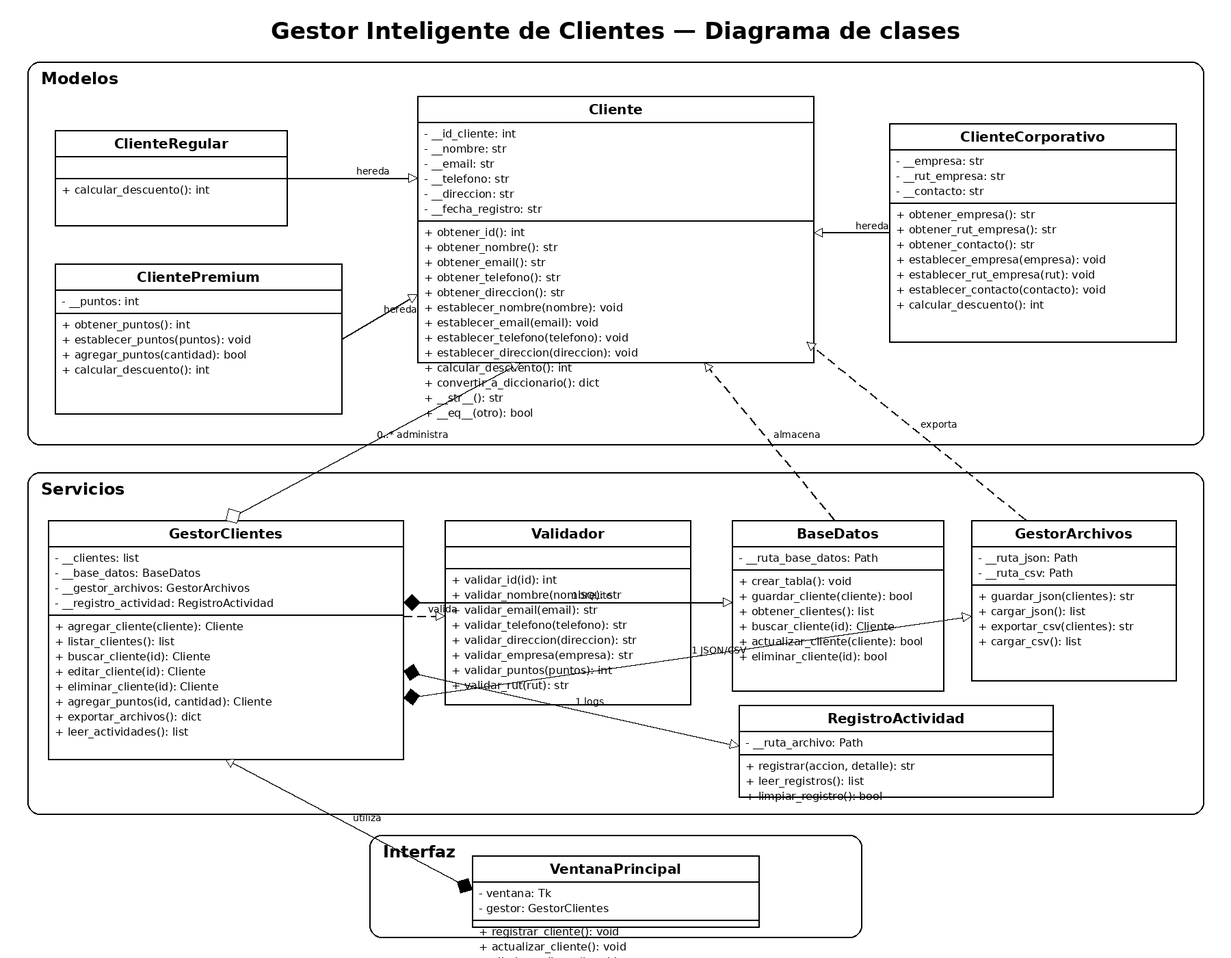
Earlier version of the PlantUML export documentación/diagrama_clases.png (eugeniaperinetti-spec/gestor-inteligente-clientes). Its source is kept beside it as documentación/diagrama_clases.puml. The source it was exported from:
```plantuml
@startuml diagrama_clases

!pragma layout smetana

title Gestor Inteligente de Clientes\nDiagrama de clases

skinparam backgroundColor white
skinparam shadowing false
skinparam classAttributeIconSize 0
skinparam packageStyle rectangle
skinparam defaultFontColor black
skinparam ArrowColor black
skinparam ClassBackgroundColor white
skinparam ClassBorderColor black

package "Modelos" {

    class Cliente {
        - __id_cliente: int
        - __nombre: str
        - __email: str
        - __telefono: str
        - __direccion: str
        - __fecha_registro: str

        + obtener_id(): int
        + obtener_nombre(): str
        + obtener_email(): str
        + obtener_telefono(): str
        + obtener_direccion(): str

        + establecer_nombre(nombre): void
        + establecer_email(email): void
        + establecer_telefono(telefono): void
        + establecer_direccion(direccion): void

        + calcular_descuento(): int
        + convertir_a_diccionario(): dict
        + __str__(): str
        + __eq__(otro): bool
    }

    class ClienteRegular {
        + calcular_descuento(): int
    }

    class ClientePremium {
        - __puntos: int

        + obtener_puntos(): int
        + establecer_puntos(puntos): void
        + agregar_puntos(cantidad): bool
        + calcular_descuento(): int
    }

    class ClienteCorporativo {
        - __empresa: str
        - __rut_empresa: str
        - __contacto: str

        + obtener_empresa(): str
        + obtener_rut_empresa(): str
        + obtener_contacto(): str

        + establecer_empresa(empresa): void
        + establecer_rut_empresa(rut): void
        + establecer_contacto(contacto): void

        + calcular_descuento(): int
    }
}

package "Servicios" {

    class GestorClientes {
        - __clientes: list
        - __base_datos: BaseDatos
        - __gestor_archivos: GestorArchivos
        - __registro_actividad: RegistroActividad

        + agregar_cliente(cliente): Cliente
        + listar_clientes(): list
        + buscar_cliente(id): Cliente
        + editar_cliente(id): Cliente
        + eliminar_cliente(id): Cliente
        + agregar_puntos(id, cantidad): Cliente
        + exportar_archivos(): dict
        + leer_actividades(): list
    }

    class Validador {
        {static} + validar_id(id): int
        {static} + validar_nombre(nombre): str
        {static} + validar_email(email): str
        {static} + validar_telefono(telefono): str
        {static} + validar_direccion(direccion): str
        {static} + validar_empresa(empresa): str
        {static} + validar_puntos(puntos): int
        {static} + validar_rut(rut): str
    }

    class BaseDatos {
        - __ruta_base_datos: Path

        + crear_tabla(): void
        + guardar_cliente(cliente): bool
        + obtener_clientes(): list
        + buscar_cliente(id): Cliente
        + actualizar_cliente(cliente): bool
        + eliminar_cliente(id): bool
    }

    class GestorArchivos {
        - __ruta_json: Path
        - __ruta_csv: Path

        + guardar_json(clientes): str
        + cargar_json(): list
        + exportar_csv(clientes): str
        + cargar_csv(): list
    }

    class RegistroActividad {
        - __ruta_archivo: Path

        + registrar(accion, detalle): str
        + leer_registros(): list
        + limpiar_registro(): bool
    }
}

package "Interfaz" {

    class VentanaPrincipal {
        - ventana: Tk
        - gestor: GestorClientes
        - id_cliente_seleccionado: int

        + registrar_cliente(): void
        + actualizar_cliente(): void
        + eliminar_cliente(): void
        + buscar_cliente(): void
        + actualizar_tabla(): void
        + exportar_archivos(): void
        + mostrar_actividades(): void
    }
}

Cliente <|-- ClienteRegular
Cliente <|-- ClientePremium
Cliente <|-- ClienteCorporativo

GestorClientes o-- "0..*" Cliente : administra

GestorClientes *-- "1" BaseDatos : SQLite
GestorClientes *-- "1" GestorArchivos : JSON y CSV
GestorClientes *-- "1" RegistroActividad : logs

VentanaPrincipal *-- "1" GestorClientes : utiliza

Cliente ..> Validador : valida
ClientePremium ..> Validador : valida puntos
ClienteCorporativo ..> Validador : valida RUT

BaseDatos ..> Cliente : almacena
GestorArchivos ..> Cliente : exporta

note right of Cliente
Clase padre con los datos
comunes de todos los clientes.
end note

note right of ClientePremium
Cliente especializado con
puntos y descuento del 10 %.
end note

note right of ClienteCorporativo
Cliente especializado con
empresa, RUT y contacto.
end note

@enduml
```
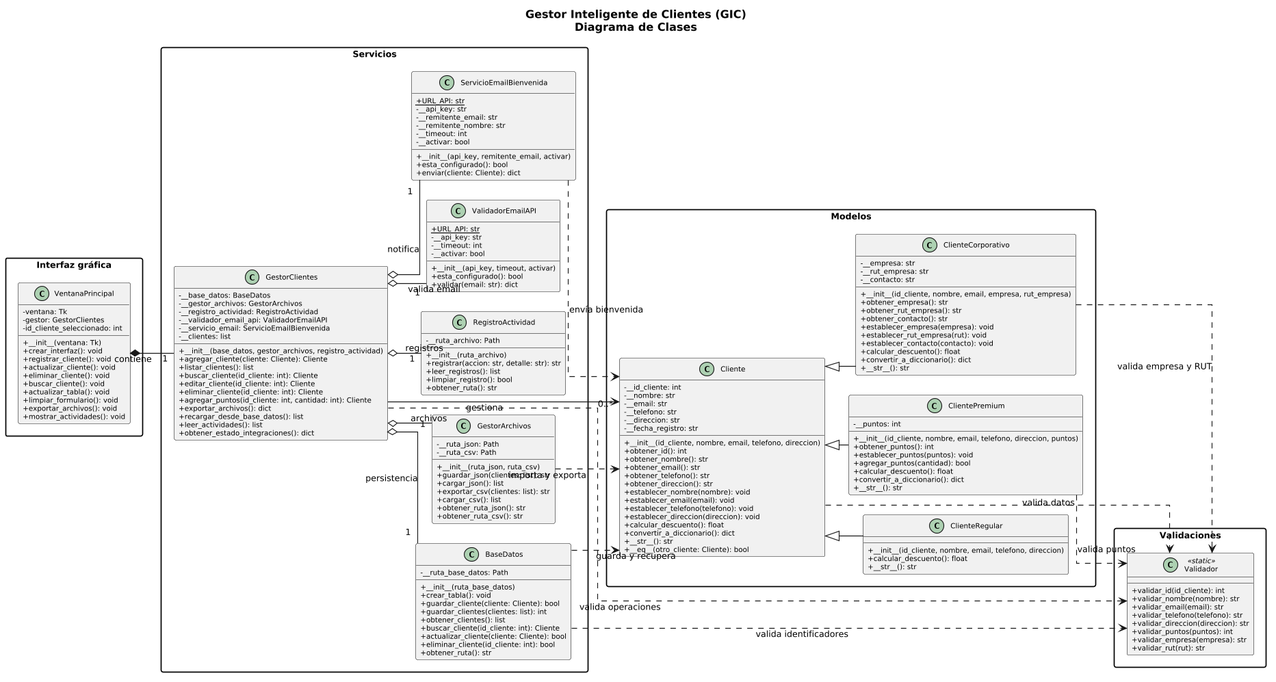
After the change.

Commit message:
Actualiza diagrama UML del proyecto

Diff of the diagram source:
```diff
@@ -1,17 +1,126 @@
-@startuml diagrama_clases
+@startuml
 
-!pragma layout smetana
+title Gestor Inteligente de Clientes (GIC)\nDiagrama de Clases
 
-title Gestor Inteligente de Clientes\nDiagrama de clases
+left to right direction
+scale max 1800*1800
 
-skinparam backgroundColor white
+skinparam dpi 110
+skinparam defaultFontSize 11
+skinparam classFontSize 11
+skinparam classAttributeFontSize 9
+skinparam classStereotypeFontSize 9
+skinparam classAttributeIconSize 0
 skinparam shadowing false
-skinparam classAttributeIconSize 0
 skinparam packageStyle rectangle
-skinparam defaultFontColor black
-skinparam ArrowColor black
-skinparam ClassBackgroundColor white
-skinparam ClassBorderColor black
+skinparam linetype ortho
+skinparam nodesep 25
+skinparam ranksep 30
+
+package "Interfaz gráfica" {
+
+    class VentanaPrincipal {
+        - ventana: Tk
+        - gestor: GestorClientes
+        - id_cliente_seleccionado: int
+
+        + __init__(ventana: Tk)
+        + crear_interfaz(): void
+        + registrar_cliente(): void
+        + actualizar_cliente(): void
+        + eliminar_cliente(): void
+        + buscar_cliente(): void
+        + actualizar_tabla(): void
+        + limpiar_formulario(): void
+        + exportar_archivos(): void
+        + mostrar_actividades(): void
+    }
+}
+
+package "Servicios" {
+
+    class GestorClientes {
+        - __base_datos: BaseDatos
+        - __gestor_archivos: GestorArchivos
+        - __registro_actividad: RegistroActividad
+        - __validador_email_api: ValidadorEmailAPI
+        - __servicio_email: ServicioEmailBienvenida
+        - __clientes: list
+
+        + __init__(base_datos, gestor_archivos, registro_actividad)
+        + agregar_cliente(cliente: Cliente): Cliente
+        + listar_clientes(): list
+        + buscar_cliente(id_cliente: int): Cliente
+        + editar_cliente(id_cliente: int): Cliente
+        + eliminar_cliente(id_cliente: int): Cliente
+        + agregar_puntos(id_cliente: int, cantidad: int): Cliente
+        + exportar_archivos(): dict
+        + recargar_desde_base_datos(): list
+        + leer_actividades(): list
+        + obtener_estado_integraciones(): dict
+    }
+
+    class BaseDatos {
+        - __ruta_base_datos: Path
+
+        + __init__(ruta_base_datos)
+        + crear_tabla(): void
+        + guardar_cliente(cliente: Cliente): bool
+        + guardar_clientes(clientes: list): int
+        + obtener_clientes(): list
+        + buscar_cliente(id_cliente: int): Cliente
+        + actualizar_cliente(cliente: Cliente): bool
+        + eliminar_cliente(id_cliente: int): bool
+        + obtener_ruta(): str
+    }
+
+    class GestorArchivos {
+        - __ruta_json: Path
+        - __ruta_csv: Path
+
+        + __init__(ruta_json, ruta_csv)
+        + guardar_json(clientes: list): str
+        + cargar_json(): list
+        + exportar_csv(clientes: list): str
+        + cargar_csv(): list
+        + obtener_ruta_json(): str
+        + obtener_ruta_csv(): str
+    }
+
+    class RegistroActividad {
+        - __ruta_archivo: Path
+
+        + __init__(ruta_archivo)
+        + registrar(accion: str, detalle: str): str
+        + leer_registros(): list
+        + limpiar_registro(): bool
+        + obtener_ruta(): str
+    }
+
+    class ValidadorEmailAPI {
+        {static} + URL_API: str
+        - __api_key: str
+        - __timeout: int
+        - __activar: bool
+
+        + __init__(api_key, timeout, activar)
+        + esta_configurado(): bool
+        + validar(email: str): dict
+    }
+
+    class ServicioEmailBienvenida {
+        {static} + URL_API: str
+        - __api_key: str
+        - __remitente_email: str
+        - __remitente_nombre: str
+        - __timeout: int
+        - __activar: bool
+
+        + __init__(api_key, remitente_email, activar)
+        + esta_configurado(): bool
+        + enviar(cliente: Cliente): dict
+    }
+}
 
 package "Modelos" {
 
@@ -23,34 +132,38 @@
         - __direccion: str
         - __fecha_registro: str
 
+        + __init__(id_cliente, nombre, email, telefono, direccion)
         + obtener_id(): int
         + obtener_nombre(): str
         + obtener_email(): str
         + obtener_telefono(): str
         + obtener_direccion(): str
-
         + establecer_nombre(nombre): void
         + establecer_email(email): void
         + establecer_telefono(telefono): void
         + establecer_direccion(direccion): void
-
-        + calcular_descuento(): int
+        + calcular_descuento(): float
         + convertir_a_diccionario(): dict
         + __str__(): str
-        + __eq__(otro): bool
+        + __eq__(otro_cliente: Cliente): bool
     }
 
     class ClienteRegular {
-        + calcular_descuento(): int
+        + __init__(id_cliente, nombre, email, telefono, direccion)
+        + calcular_descuento(): float
+        + __str__(): str
     }
 
     class ClientePremium {
         - __puntos: int
 
+        + __init__(id_cliente, nombre, email, telefono, direccion, puntos)
         + obtener_puntos(): int
         + establecer_puntos(puntos): void
         + agregar_puntos(cantidad): bool
-        + calcular_descuento(): int
+        + calcular_descuento(): float
+        + convertir_a_diccionario(): dict
+        + __str__(): str
     }
 
     class ClienteCorporativo {
@@ -58,91 +171,30 @@
         - __rut_empresa: str
         - __contacto: str
 
+        + __init__(id_cliente, nombre, email, empresa, rut_empresa)
         + obtener_empresa(): str
         + obtener_rut_empresa(): str
         + obtener_contacto(): str
-
         + establecer_empresa(empresa): void
         + establecer_rut_empresa(rut): void
         + establecer_contacto(contacto): void
-
-        + calcular_descuento(): int
+        + calcular_descuento(): float
+        + convertir_a_diccionario(): dict
+        + __str__(): str
     }
 }
 
-package "Servicios" {
+package "Validaciones" {
 
-    class GestorClientes {
-        - __clientes: list
-        - __base_datos: BaseDatos
-        - __gestor_archivos: GestorArchivos
-        - __registro_actividad: RegistroActividad
-
-        + agregar_cliente(cliente): Cliente
-        + listar_clientes(): list
-        + buscar_cliente(id): Cliente
-        + editar_cliente(id): Cliente
-        + eliminar_cliente(id): Cliente
-        + agregar_puntos(id, cantidad): Cliente
-        + exportar_archivos(): dict
-        + leer_actividades(): list
-    }
-
-    class Validador {
-        {static} + validar_id(id): int
-        {static} + validar_nombre(nombre): str
-        {static} + validar_email(email): str
-        {static} + validar_telefono(telefono): str
-        {static} + validar_direccion(direccion): str
-        {static} + validar_empresa(empresa): str
-        {static} + validar_puntos(puntos): int
-        {static} + validar_rut(rut): str
-    }
-
-    class BaseDatos {
-        - __ruta_base_datos: Path
-
-        + crear_tabla(): void
-        + guardar_cliente(cliente): bool
-        + obtener_clientes(): list
-        + buscar_cliente(id): Cliente
-        + actualizar_cliente(cliente): bool
-        + eliminar_cliente(id): bool
-    }
-
-    class GestorArchivos {
-        - __ruta_json: Path
-        - __ruta_csv: Path
-
-        + guardar_json(clientes): str
-        + cargar_json(): list
-        + exportar_csv(clientes): str
-        + cargar_csv(): list
-    }
-
-    class RegistroActividad {
-        - __ruta_archivo: Path
-
-        + registrar(accion, detalle): str
-        + leer_registros(): list
-        + limpiar_registro(): bool
-    }
-}
-
-package "Interfaz" {
-
-    class VentanaPrincipal {
-        - ventana: Tk
-        - gestor: GestorClientes
-        - id_cliente_seleccionado: int
-
-        + registrar_cliente(): void
-        + actualizar_cliente(): void
-        + eliminar_cliente(): void
-        + buscar_cliente(): void
-        + actualizar_tabla(): void
-        + exportar_archivos(): void
-        + mostrar_actividades(): void
+    class Validador <<static>> {
+        + validar_id(id_cliente): int
+        + validar_nombre(nombre): str
+        + validar_email(email): str
+        + validar_telefono(telefono): str
+        + validar_direccion(direccion): str
+        + validar_puntos(puntos): int
+        + validar_empresa(empresa): str
+        + validar_rut(rut): str
     }
 }
 
@@ -150,34 +202,24 @@
 Cliente <|-- ClientePremium
 Cliente <|-- ClienteCorporativo
 
-GestorClientes o-- "0..*" Cliente : administra
+VentanaPrincipal *-- "1" GestorClientes : contiene
 
-GestorClientes *-- "1" BaseDatos : SQLite
-GestorClientes *-- "1" GestorArchivos : JSON y CSV
-GestorClientes *-- "1" RegistroActividad : logs
+GestorClientes o-- "1" BaseDatos : persistencia
+GestorClientes o-- "1" GestorArchivos : archivos
+GestorClientes o-- "1" RegistroActividad : registros
+GestorClientes o-- "1" ValidadorEmailAPI : valida email
+GestorClientes o-- "1" ServicioEmailBienvenida : notifica
 
-VentanaPrincipal *-- "1" GestorClientes : utiliza
+GestorClientes --> "0..*" Cliente : gestiona
 
-Cliente ..> Validador : valida
+BaseDatos ..> Cliente : guarda y recupera
+GestorArchivos ..> Cliente : importa y exporta
+ServicioEmailBienvenida ..> Cliente : envía bienvenida
+
+Cliente ..> Validador : valida datos
 ClientePremium ..> Validador : valida puntos
-ClienteCorporativo ..> Validador : valida RUT
-
-BaseDatos ..> Cliente : almacena
-GestorArchivos ..> Cliente : exporta
-
-note right of Cliente
-Clase padre con los datos
-comunes de todos los clientes.
-end note
-
-note right of ClientePremium
-Cliente especializado con
-puntos y descuento del 10 %.
-end note
-
-note right of ClienteCorporativo
-Cliente especializado con
-empresa, RUT y contacto.
-end note
+ClienteCorporativo ..> Validador : valida empresa y RUT
+GestorClientes ..> Validador : valida operaciones
+BaseDatos ..> Validador : valida identificadores
 
 @enduml
```
